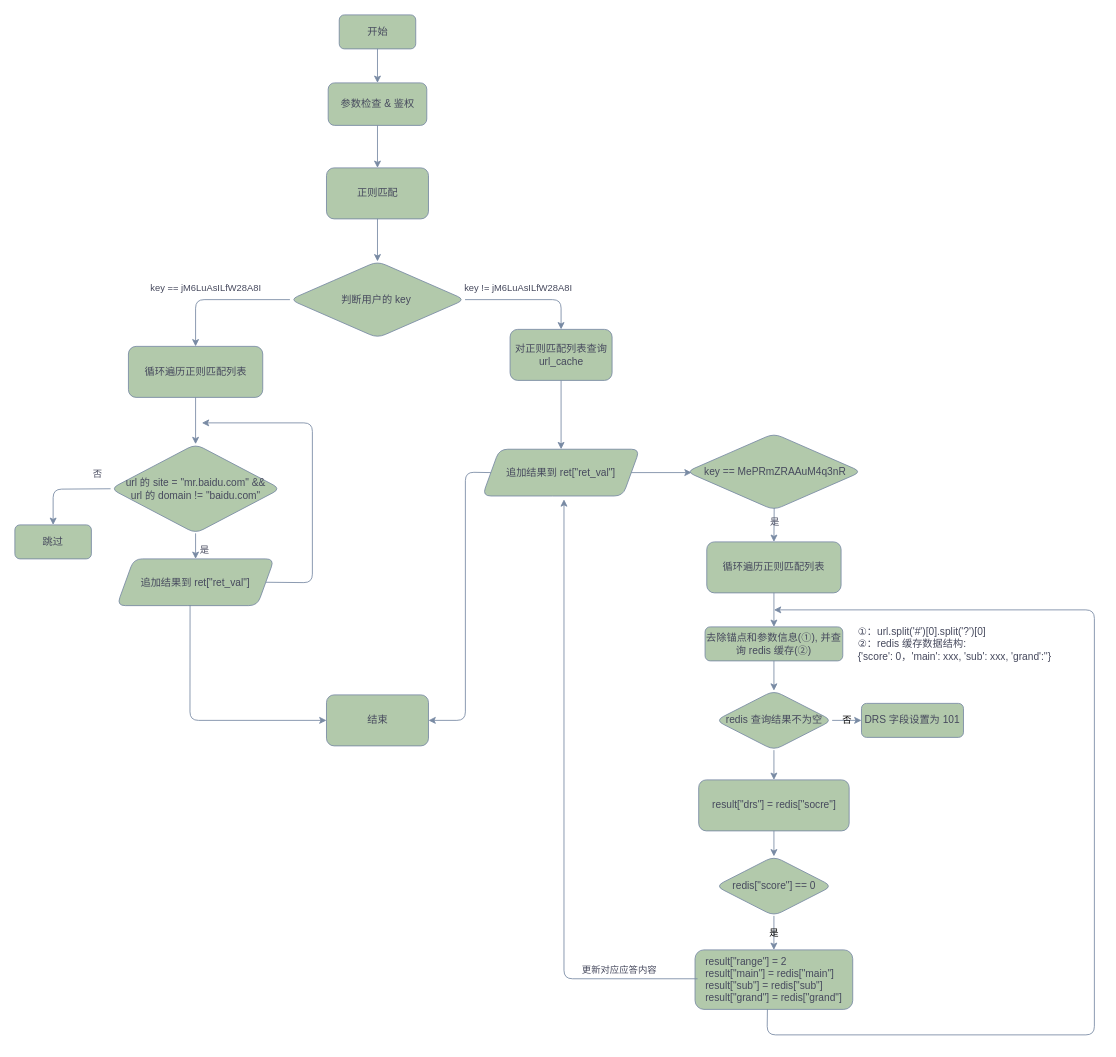
Above: ugc.drawio in qixiaohu/flow-process-diagram (draw.io), before the change. Source tidied: cells renumbered, new cells numbered last; positions are measured from the earlier drawing's top-left corner, leaving out a move shared by most shapes. Both pictures are drawn from the tidied source at 85%, with x=0, y=0 at pixel (14, 14).
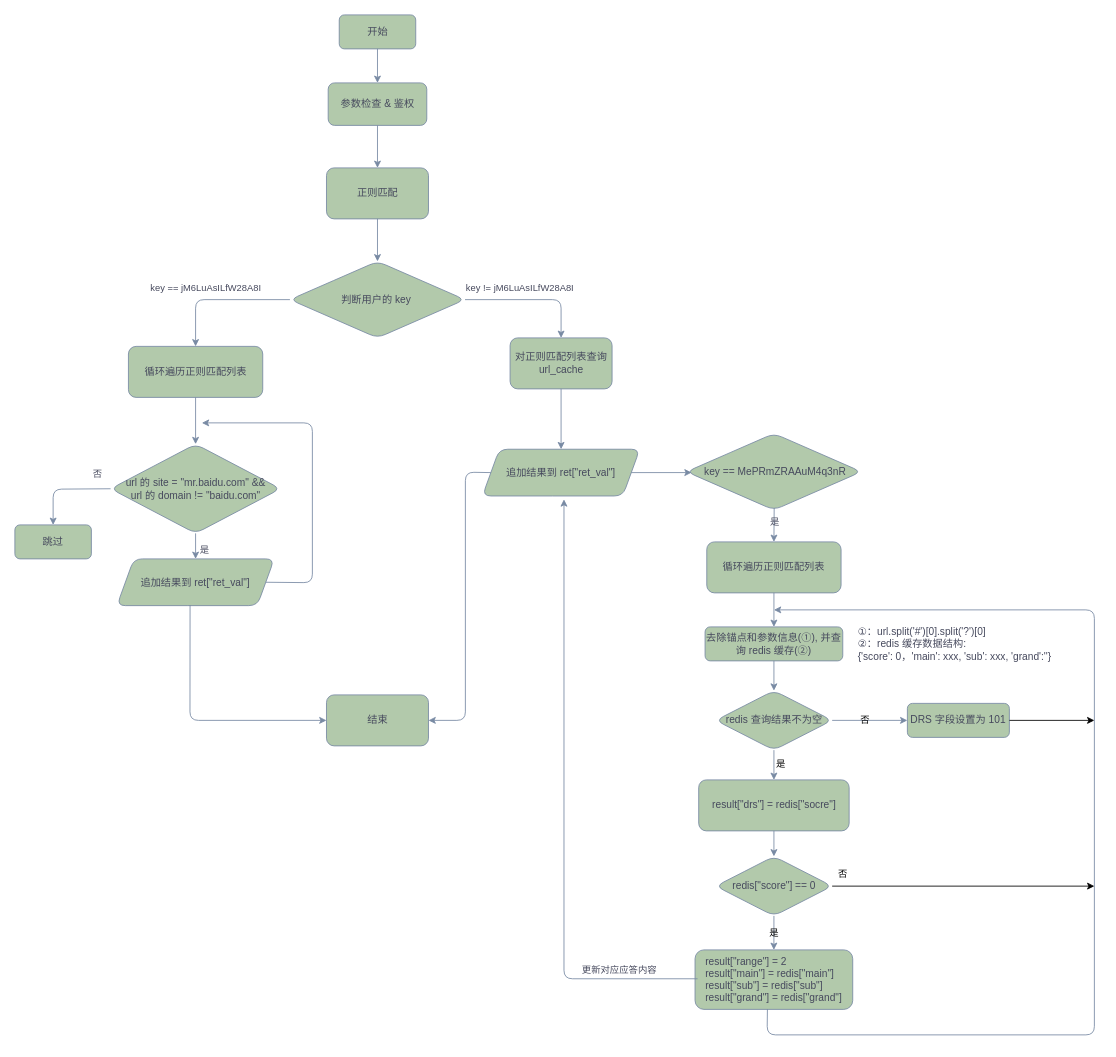
Above is the later version.

The change refers to these unchanged cells:
```xml
<mxCell id="32" value="redis 查询结果不为空" style="rhombus;whiteSpace=wrap;html=1;strokeColor=#788AA3;fontColor=#46495D;fillColor=#B2C9AB;labelBackgroundColor=none;rounded=1;" parent="1" vertex="1">
  <mxGeometry x="824.5" y="795" width="137" height="70" as="geometry" />
</mxCell>
<mxCell id="41" style="endArrow=classic;html=1;rounded=1;strokeColor=#788AA3;fontColor=default;fillColor=#B2C9AB;exitX=0.5;exitY=1;exitDx=0;exitDy=0;entryX=0.5;entryY=0;entryDx=0;entryDy=0;labelBackgroundColor=none;" parent="1" edge="1" source="32" target="42">
  <mxGeometry relative="1" as="geometry" />
</mxCell>
<mxCell id="43" value="redis[&quot;score&quot;] == 0" style="rhombus;whiteSpace=wrap;html=1;strokeColor=#788AA3;fontColor=#46495D;fillColor=#B2C9AB;labelBackgroundColor=none;rounded=1;" parent="1" vertex="1">
  <mxGeometry x="824.5" y="990" width="137" height="70" as="geometry" />
</mxCell>
```

Change to the diagram source:
```diff
@@
     <mxCell id="9" value="对正则匹配列表查询 url_cache" style="rounded=1;whiteSpace=wrap;html=1;labelBackgroundColor=none;fillColor=#B2C9AB;strokeColor=#788AA3;fontColor=#46495D;" parent="1" vertex="1">
-      <mxGeometry x="582.6" y="370" width="120" height="60" as="geometry" />
+      <mxGeometry x="582.6" y="380" width="120" height="60" as="geometry" />
     </mxCell>
@@
     <mxCell id="38" value="DRS 字段设置为 101" style="rounded=1;whiteSpace=wrap;html=1;labelBackgroundColor=none;fillColor=#B2C9AB;strokeColor=#788AA3;fontColor=#46495D;" parent="1" vertex="1">
-      <mxGeometry x="996" y="810" width="120" height="40" as="geometry" />
+      <mxGeometry x="1050" y="810" width="120" height="40" as="geometry" />
     </mxCell>
     <mxCell id="39" value="否" style="endArrow=classic;html=1;rounded=1;strokeColor=#788AA3;fontColor=default;fillColor=#B2C9AB;exitX=1;exitY=0.5;exitDx=0;exitDy=0;entryX=0;entryY=0.5;entryDx=0;entryDy=0;labelBackgroundColor=none;" parent="1" edge="1" source="32" target="38">
-      <mxGeometry relative="1" as="geometry" />
+      <mxGeometry x="-0.13" relative="1" as="geometry" />
     </mxCell>
@@
+    <mxCell id="50" value="是" style="edgeLabel;html=1;align=center;verticalAlign=middle;" parent="41" vertex="1">
+      <mxGeometry x="-0.37" y="4" relative="1" as="geometry">
+        <mxPoint x="3" y="4" as="offset" />
+      </mxGeometry>
+    </mxCell>
@@
+    <mxCell id="51" style="endArrow=classic;html=1;rounded=0;exitX=1;exitY=0.5;exitDx=0;exitDy=0;" parent="1" edge="1" source="43">
+      <mxGeometry relative="1" as="geometry">
+        <mxPoint x="1270" y="1025" as="targetPoint" />
+      </mxGeometry>
+    </mxCell>
+    <mxCell id="52" value="否" style="edgeLabel;html=1;align=center;verticalAlign=middle;" parent="51" vertex="1">
+      <mxGeometry x="-0.7" y="2" relative="1" as="geometry">
+        <mxPoint x="-34" y="-13" as="offset" />
+      </mxGeometry>
+    </mxCell>
+    <mxCell id="53" style="endArrow=classic;html=1;rounded=0;exitX=1;exitY=0.5;exitDx=0;exitDy=0;" parent="1" edge="1" source="38">
+      <mxGeometry relative="1" as="geometry">
+        <mxPoint x="1270" y="830" as="targetPoint" />
+      </mxGeometry>
+    </mxCell>
```
